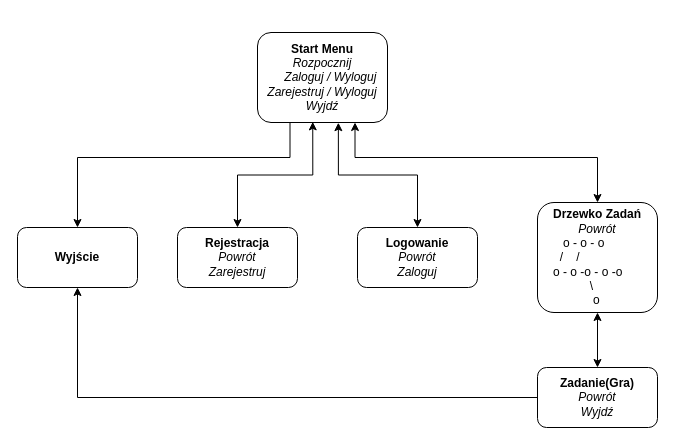
Before: page "GameStates" (3 of 4) of plan.drawio in bravePeer/BScThesis, a draw.io diagram. Source tidied: cells renumbered, new cells numbered last; positions are measured from the earlier drawing's top-left corner, leaving out a move shared by most shapes. Both pictures are drawn from the tidied source at 100%, with x=0, y=0 at pixel (17, 32).
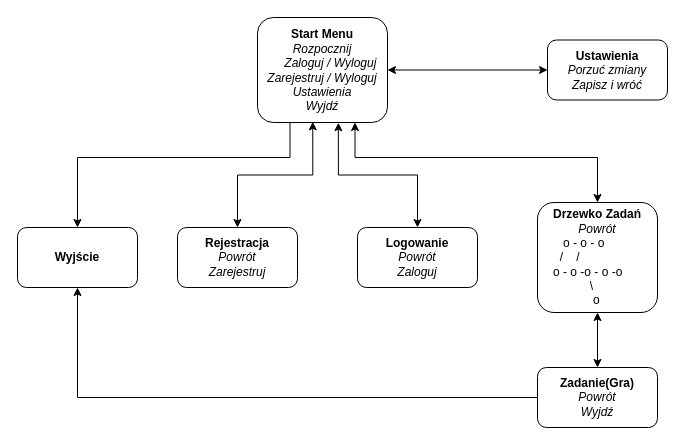
After the change.

What changed in the source:
```diff
@@
 <mxGraphModel>
   <root>
     <mxCell id="0" />
     <mxCell id="1" parent="0" />
     <mxCell id="2" style="edgeStyle=orthogonalEdgeStyle;rounded=0;jettySize=auto;html=1;exitX=0.25;exitY=1;exitDx=0;exitDy=0;entryX=0.5;entryY=0;entryDx=0;entryDy=0;" parent="1" edge="1" source="4" target="9">
       <mxGeometry relative="1" as="geometry">
         <Array as="points">
           <mxPoint x="273" y="125" />
           <mxPoint x="60" y="125" />
         </Array>
       </mxGeometry>
     </mxCell>
     <mxCell id="3" style="edgeStyle=orthogonalEdgeStyle;rounded=0;jettySize=auto;html=1;exitX=0.75;exitY=1;exitDx=0;exitDy=0;entryX=0.5;entryY=0;entryDx=0;entryDy=0;startArrow=classic;startFill=1;" parent="1" edge="1" source="4" target="6">
       <mxGeometry relative="1" as="geometry">
         <Array as="points">
           <mxPoint x="338" y="125" />
           <mxPoint x="580" y="125" />
         </Array>
       </mxGeometry>
     </mxCell>
+    <mxCell id="14" style="edgeStyle=orthogonalEdgeStyle;rounded=0;jettySize=auto;html=1;exitX=1;exitY=0.5;exitDx=0;exitDy=0;entryX=0;entryY=0.5;entryDx=0;entryDy=0;startArrow=classic;startFill=1;" parent="1" edge="1" source="4" target="15">
+      <mxGeometry relative="1" as="geometry" />
+    </mxCell>
-    <mxCell id="4" value="&lt;b&gt;Start Menu&lt;br&gt;&lt;/b&gt;&lt;i&gt;Rozpocznij&lt;br&gt;&amp;nbsp; &amp;nbsp; &amp;nbsp;Zaloguj / Wyloguj&lt;br&gt;Zarejestruj / Wyloguj&lt;br&gt;Wyjdź&lt;/i&gt;" style="rounded=1;whiteSpace=wrap;html=1;" parent="1" vertex="1">
-      <mxGeometry x="240" width="130" height="90" as="geometry" />
+    <mxCell id="4" value="&lt;b&gt;Start Menu&lt;br&gt;&lt;/b&gt;&lt;i&gt;Rozpocznij&lt;br&gt;&amp;nbsp; &amp;nbsp; &amp;nbsp;Zaloguj / Wyloguj&lt;br&gt;Zarejestruj / Wyloguj&lt;br&gt;Ustawienia&lt;br&gt;Wyjdź&lt;/i&gt;" style="rounded=1;whiteSpace=wrap;html=1;" parent="1" vertex="1">
+      <mxGeometry x="240" y="-15" width="130" height="105" as="geometry" />
     </mxCell>
     <mxCell id="5" style="edgeStyle=orthogonalEdgeStyle;rounded=0;jettySize=auto;html=1;exitX=0.5;exitY=1;exitDx=0;exitDy=0;entryX=0.5;entryY=0;entryDx=0;entryDy=0;startArrow=classic;startFill=1;" parent="1" edge="1" source="6" target="11">
       <mxGeometry relative="1" as="geometry" />
     </mxCell>
     <mxCell id="6" value="&lt;b&gt;Drzewko Zadań&lt;/b&gt;&lt;br&gt;&lt;i style=&quot;border-color: var(--border-color);&quot;&gt;Powrót&lt;/i&gt;&lt;div style=&quot;text-align: left;&quot;&gt;&lt;span style=&quot;background-color: initial;&quot;&gt;&amp;nbsp; &amp;nbsp;o - o - o&lt;/span&gt;&lt;/div&gt;&lt;div style=&quot;text-align: left;&quot;&gt;&lt;span style=&quot;background-color: initial;&quot;&gt;&amp;nbsp; /&amp;nbsp; &amp;nbsp; /&lt;/span&gt;&lt;/div&gt;&lt;div style=&quot;text-align: left;&quot;&gt;&lt;span style=&quot;background-color: initial;&quot;&gt;o - o -o - o -o&amp;nbsp;&lt;/span&gt;&lt;/div&gt;&lt;div style=&quot;text-align: left;&quot;&gt;&lt;span style=&quot;background-color: initial;&quot;&gt;&amp;nbsp; &amp;nbsp; &amp;nbsp; &amp;nbsp; &amp;nbsp; &amp;nbsp;\&lt;/span&gt;&lt;/div&gt;&lt;div style=&quot;text-align: left;&quot;&gt;&lt;span style=&quot;background-color: initial;&quot;&gt;&amp;nbsp; &amp;nbsp; &amp;nbsp; &amp;nbsp; &amp;nbsp; &amp;nbsp; o&lt;/span&gt;&lt;/div&gt;" style="rounded=1;whiteSpace=wrap;html=1;" parent="1" vertex="1">
       <mxGeometry x="520" y="170" width="120" height="110" as="geometry" />
     </mxCell>
     <mxCell id="7" value="&lt;b&gt;Logowanie&lt;br&gt;&lt;/b&gt;&lt;i style=&quot;border-color: var(--border-color);&quot;&gt;Powrót&lt;br&gt;&lt;/i&gt;&lt;i&gt;Zaloguj&lt;/i&gt;" style="rounded=1;whiteSpace=wrap;html=1;" parent="1" vertex="1">
       <mxGeometry x="340" y="195" width="120" height="60" as="geometry" />
     </mxCell>
     <mxCell id="8" value="&lt;b&gt;Rejestracja&lt;br&gt;&lt;/b&gt;&lt;i style=&quot;border-color: var(--border-color);&quot;&gt;Powrót&lt;br&gt;&lt;/i&gt;&lt;i&gt;Zarejestruj&lt;/i&gt;" style="rounded=1;whiteSpace=wrap;html=1;" parent="1" vertex="1">
       <mxGeometry x="160" y="195" width="120" height="60" as="geometry" />
     </mxCell>
     <mxCell id="9" value="&lt;b&gt;Wyjście&lt;/b&gt;" style="rounded=1;whiteSpace=wrap;html=1;" parent="1" vertex="1">
       <mxGeometry y="195" width="120" height="60" as="geometry" />
     </mxCell>
     <mxCell id="10" style="edgeStyle=orthogonalEdgeStyle;rounded=0;jettySize=auto;html=1;exitX=0;exitY=0.5;exitDx=0;exitDy=0;entryX=0.5;entryY=1;entryDx=0;entryDy=0;" parent="1" edge="1" source="11" target="9">
       <mxGeometry relative="1" as="geometry" />
     </mxCell>
     <mxCell id="11" value="&lt;b&gt;Zadanie(Gra)&lt;/b&gt;&lt;br&gt;&lt;i style=&quot;&quot;&gt;Powrót&lt;br&gt;Wyjdź&lt;br&gt;&lt;/i&gt;" style="rounded=1;whiteSpace=wrap;html=1;" parent="1" vertex="1">
       <mxGeometry x="520" y="335" width="120" height="60" as="geometry" />
     </mxCell>
     <mxCell id="12" style="edgeStyle=orthogonalEdgeStyle;rounded=0;jettySize=auto;html=1;exitX=0.5;exitY=0;exitDx=0;exitDy=0;entryX=0.622;entryY=1.002;entryDx=0;entryDy=0;entryPerimeter=0;startArrow=classic;startFill=1;" parent="1" edge="1" source="7" target="4">
       <mxGeometry relative="1" as="geometry" />
     </mxCell>
     <mxCell id="13" style="edgeStyle=orthogonalEdgeStyle;rounded=0;jettySize=auto;html=1;exitX=0.5;exitY=0;exitDx=0;exitDy=0;entryX=0.425;entryY=0.993;entryDx=0;entryDy=0;entryPerimeter=0;startArrow=classic;startFill=1;" parent="1" edge="1" source="8" target="4">
       <mxGeometry relative="1" as="geometry" />
     </mxCell>
+    <mxCell id="15" value="&lt;b&gt;Ustawienia&lt;br&gt;&lt;/b&gt;&lt;i style=&quot;border-color: var(--border-color);&quot;&gt;Porzuć zmiany&lt;br&gt;&lt;/i&gt;&lt;i&gt;Zapisz i wróć&lt;/i&gt;" style="rounded=1;whiteSpace=wrap;html=1;" parent="1" vertex="1">
+      <mxGeometry x="530" y="7.5" width="120" height="60" as="geometry" />
+    </mxCell>
   </root>
 </mxGraphModel>
```
